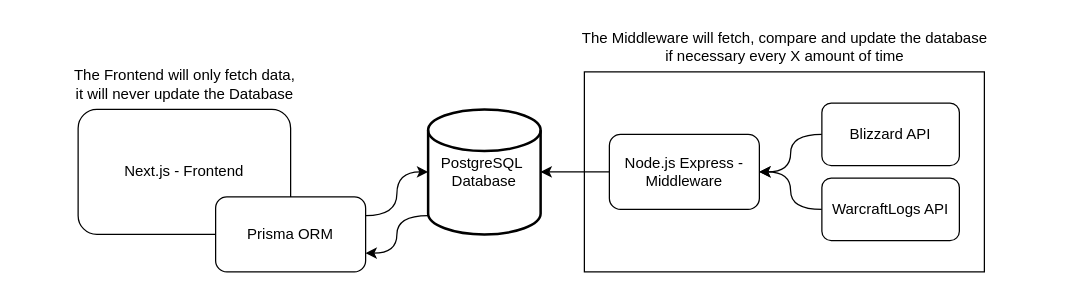
equix1/wow-info keeps this draw.io diagram as page "High Level Architecture" (1 of 2) of diagrams.drawio. Above is the earlier version. Source tidied: cells renumbered, new cells numbered last; positions are measured from the earlier drawing's top-left corner, leaving out a move shared by most shapes. Both pictures are drawn from the tidied source at 125%, with x=0, y=0 at pixel (59, 21).
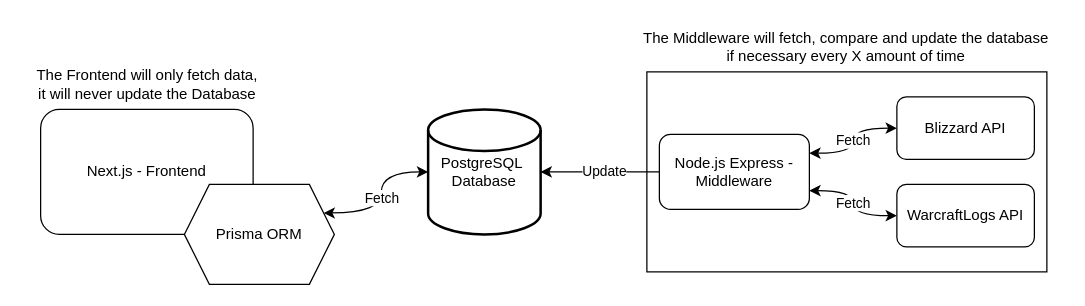
After the change.

Change to the diagram source:
```diff
@@
 <mxGraphModel>
   <root>
     <mxCell id="0" />
     <mxCell id="1" parent="0" />
-    <mxCell id="2" style="edgeStyle=orthogonalEdgeStyle;rounded=0;jettySize=auto;html=1;exitX=0;exitY=0.85;exitDx=0;exitDy=0;exitPerimeter=0;entryX=1;entryY=0.75;entryDx=0;entryDy=0;curved=1;" parent="1" edge="1" source="3" target="5">
-      <mxGeometry relative="1" as="geometry" />
-    </mxCell>
     <mxCell id="3" value="PostgreSQL&amp;nbsp;&lt;br&gt;Database" style="strokeWidth=2;html=1;shape=mxgraph.flowchart.database;whiteSpace=wrap;" parent="1" vertex="1">
       <mxGeometry x="295" y="70" width="90" height="100" as="geometry" />
     </mxCell>
     <mxCell id="4" value="Next.js - Frontend" style="rounded=1;whiteSpace=wrap;html=1;" parent="1" vertex="1">
-      <mxGeometry x="15" y="70" width="170" height="100" as="geometry" />
+      <mxGeometry x="-15" y="70" width="170" height="100" as="geometry" />
     </mxCell>
-    <mxCell id="5" value="Prisma ORM" style="rounded=1;whiteSpace=wrap;html=1;" parent="1" vertex="1">
-      <mxGeometry x="125" y="140" width="120" height="60" as="geometry" />
-    </mxCell>
     <mxCell id="6" style="rounded=0;whiteSpace=wrap;html=1;" parent="1" vertex="1">
-      <mxGeometry x="420" y="40" width="320" height="160" as="geometry" />
+      <mxGeometry x="470" y="40" width="320" height="160" as="geometry" />
     </mxCell>
+    <mxCell id="16" value="Fetch" style="edgeStyle=orthogonalEdgeStyle;rounded=0;jettySize=auto;html=1;exitX=1;exitY=0.25;exitDx=0;exitDy=0;entryX=0;entryY=0.5;entryDx=0;entryDy=0;curved=1;startArrow=classic;startFill=1;" parent="1" edge="1" source="7" target="9">
+      <mxGeometry relative="1" as="geometry" />
+    </mxCell>
+    <mxCell id="17" value="Fetch" style="edgeStyle=orthogonalEdgeStyle;rounded=0;jettySize=auto;html=1;exitX=1;exitY=0.75;exitDx=0;exitDy=0;entryX=0;entryY=0.5;entryDx=0;entryDy=0;curved=1;startArrow=classic;startFill=1;" parent="1" edge="1" source="7" target="11">
+      <mxGeometry relative="1" as="geometry" />
+    </mxCell>
     <mxCell id="7" value="Node.js Express - Middleware" style="rounded=1;whiteSpace=wrap;html=1;" parent="1" vertex="1">
-      <mxGeometry x="440" y="90" width="120" height="60" as="geometry" />
+      <mxGeometry x="480" y="90" width="120" height="60" as="geometry" />
     </mxCell>
-    <mxCell id="8" style="edgeStyle=orthogonalEdgeStyle;rounded=0;jettySize=auto;html=1;exitX=0;exitY=0.5;exitDx=0;exitDy=0;entryX=1;entryY=0.5;entryDx=0;entryDy=0;curved=1;" parent="1" edge="1" source="9" target="7">
-      <mxGeometry relative="1" as="geometry" />
-    </mxCell>
     <mxCell id="9" value="Blizzard API" style="rounded=1;whiteSpace=wrap;html=1;" parent="1" vertex="1">
-      <mxGeometry x="610" y="65" width="110" height="50" as="geometry" />
+      <mxGeometry x="670" y="60" width="110" height="50" as="geometry" />
     </mxCell>
-    <mxCell id="10" style="edgeStyle=orthogonalEdgeStyle;rounded=0;jettySize=auto;html=1;exitX=0;exitY=0.5;exitDx=0;exitDy=0;entryX=1;entryY=0.5;entryDx=0;entryDy=0;curved=1;" parent="1" edge="1" source="11" target="7">
-      <mxGeometry relative="1" as="geometry" />
-    </mxCell>
     <mxCell id="11" value="WarcraftLogs API" style="rounded=1;whiteSpace=wrap;html=1;" parent="1" vertex="1">
-      <mxGeometry x="610" y="125" width="110" height="50" as="geometry" />
+      <mxGeometry x="670" y="130" width="110" height="50" as="geometry" />
     </mxCell>
     <mxCell id="12" style="edgeStyle=orthogonalEdgeStyle;rounded=0;jettySize=auto;html=1;exitX=0;exitY=0.5;exitDx=0;exitDy=0;entryX=1;entryY=0.5;entryDx=0;entryDy=0;entryPerimeter=0;curved=1;" parent="1" edge="1" source="7" target="3">
       <mxGeometry relative="1" as="geometry" />
     </mxCell>
+    <mxCell id="18" value="Update" style="edgeLabel;html=1;align=center;verticalAlign=middle;" parent="12" vertex="1">
+      <mxGeometry x="-0.06" y="-1" relative="1" as="geometry" />
+    </mxCell>
     <mxCell id="13" value="The Middleware will fetch, compare and update the database &lt;br&gt;if necessary every X amount of time" style="text;html=1;align=center;verticalAlign=middle;strokeColor=none;fillColor=none;" parent="1" vertex="1">
-      <mxGeometry x="405" width="350" height="40" as="geometry" />
+      <mxGeometry x="454" width="350" height="40" as="geometry" />
     </mxCell>
     <mxCell id="14" value="The Frontend will only fetch data, &lt;br&gt;it will never update the Database" style="text;html=1;align=center;verticalAlign=middle;strokeColor=none;fillColor=none;" parent="1" vertex="1">
-      <mxGeometry y="30" width="200" height="40" as="geometry" />
+      <mxGeometry x="-30" y="30" width="200" height="40" as="geometry" />
     </mxCell>
-    <mxCell id="15" style="edgeStyle=orthogonalEdgeStyle;rounded=0;jettySize=auto;html=1;exitX=1;exitY=0.25;exitDx=0;exitDy=0;entryX=0;entryY=0.5;entryDx=0;entryDy=0;entryPerimeter=0;curved=1;" parent="1" edge="1" source="5" target="3">
+    <mxCell id="15" value="Fetch" style="edgeStyle=orthogonalEdgeStyle;rounded=0;jettySize=auto;html=1;exitX=1;exitY=0.25;exitDx=0;exitDy=0;entryX=0;entryY=0.5;entryDx=0;entryDy=0;entryPerimeter=0;curved=1;startArrow=classic;startFill=1;" parent="1" edge="1" source="5" target="3">
       <mxGeometry relative="1" as="geometry" />
     </mxCell>
+    <mxCell id="5" value="Prisma ORM" style="shape=hexagon;perimeter=hexagonPerimeter2;whiteSpace=wrap;html=1;fixedSize=1;" parent="1" vertex="1">
+      <mxGeometry x="100" y="130" width="120" height="80" as="geometry" />
+    </mxCell>
   </root>
 </mxGraphModel>
```
